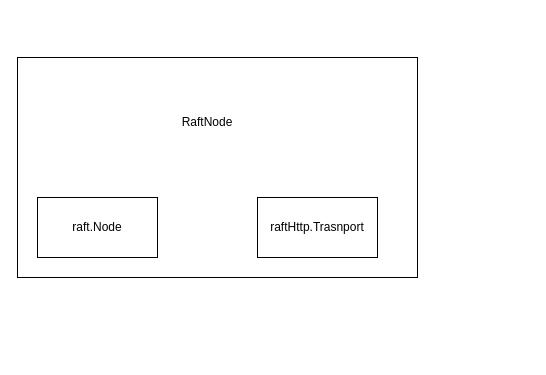
LxkdGithub/draw.io keeps this draw.io diagram as Untitled Diagram.drawio. Above is the earlier version. Source tidied: cells renumbered, new cells numbered last; positions are measured from the earlier drawing's top-left corner, leaving out a move shared by most shapes. Both pictures are drawn from the tidied source at 100%, with x=0, y=0 at pixel (17, 57).
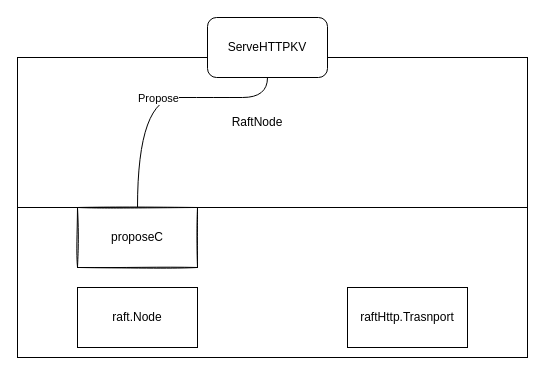
The same page after the edit.

Change to the diagram source:
```diff
@@
 <mxGraphModel>
   <root>
     <mxCell id="0" />
     <mxCell id="1" parent="0" />
-    <mxCell id="2" value="&lt;div style=&quot;text-align: justify;&quot;&gt;&lt;br&gt;&lt;/div&gt;" style="rounded=0;whiteSpace=wrap;html=1;" parent="1" vertex="1">
-      <mxGeometry width="400" height="220" as="geometry" />
+    <mxCell id="2" value="&lt;div style=&quot;text-align: justify;&quot;&gt;&lt;br&gt;&lt;/div&gt;" style="rounded=0;whiteSpace=wrap;html=1;sketch=0;" parent="1" vertex="1">
+      <mxGeometry width="510" height="300" as="geometry" />
     </mxCell>
     <mxCell id="3" value="raft.Node" style="rounded=0;whiteSpace=wrap;html=1;" parent="1" vertex="1">
-      <mxGeometry x="20" y="140" width="120" height="60" as="geometry" />
+      <mxGeometry x="60" y="230" width="120" height="60" as="geometry" />
     </mxCell>
     <mxCell id="4" value="raftHttp.Trasnport" style="rounded=0;whiteSpace=wrap;html=1;" parent="1" vertex="1">
-      <mxGeometry x="240" y="140" width="120" height="60" as="geometry" />
+      <mxGeometry x="330" y="230" width="120" height="60" as="geometry" />
     </mxCell>
     <mxCell id="5" value="RaftNode" style="text;html=1;strokeColor=none;fillColor=none;align=center;verticalAlign=middle;whiteSpace=wrap;rounded=0;" parent="1" vertex="1">
-      <mxGeometry x="160" y="50" width="60" height="30" as="geometry" />
+      <mxGeometry x="210" y="50" width="60" height="30" as="geometry" />
     </mxCell>
+    <mxCell id="6" value="ServeHTTPKV" style="rounded=1;whiteSpace=wrap;html=1;" parent="1" vertex="1">
+      <mxGeometry x="190" y="-40" width="120" height="60" as="geometry" />
+    </mxCell>
+    <mxCell id="7" style="endArrow=none;html=1;rounded=0;entryX=1;entryY=0.5;entryDx=0;entryDy=0;startArrow=none;" parent="1" edge="1" target="2">
+      <mxGeometry relative="1" as="geometry">
+        <mxPoint y="150" as="sourcePoint" />
+      </mxGeometry>
+    </mxCell>
+    <mxCell id="8" style="endArrow=none;html=1;rounded=0;entryX=0.5;entryY=0;entryDx=0;entryDy=0;exitX=0.5;exitY=1;exitDx=0;exitDy=0;edgeStyle=orthogonalEdgeStyle;curved=1;" parent="1" edge="1" source="6" target="10">
+      <mxGeometry relative="1" as="geometry">
+        <Array as="points">
+          <mxPoint x="200" y="40" />
+          <mxPoint x="90" y="40" />
+        </Array>
+      </mxGeometry>
+    </mxCell>
+    <mxCell id="9" value="Propose" style="edgeLabel;html=1;align=center;verticalAlign=middle;" parent="8" vertex="1">
+      <mxGeometry relative="1" as="geometry" />
+    </mxCell>
+    <mxCell id="10" value="proposeC" style="rounded=0;whiteSpace=wrap;html=1;labelBackgroundColor=none;sketch=1;shadow=0;glass=0;" parent="1" vertex="1">
+      <mxGeometry x="60" y="150" width="120" height="60" as="geometry" />
+    </mxCell>
+    <mxCell id="11" style="edgeStyle=orthogonalEdgeStyle;curved=1;rounded=0;orthogonalLoop=1;jettySize=auto;html=1;exitX=0.5;exitY=1;exitDx=0;exitDy=0;" parent="1" edge="1" source="10" target="10">
+      <mxGeometry relative="1" as="geometry" />
+    </mxCell>
   </root>
 </mxGraphModel>
```
